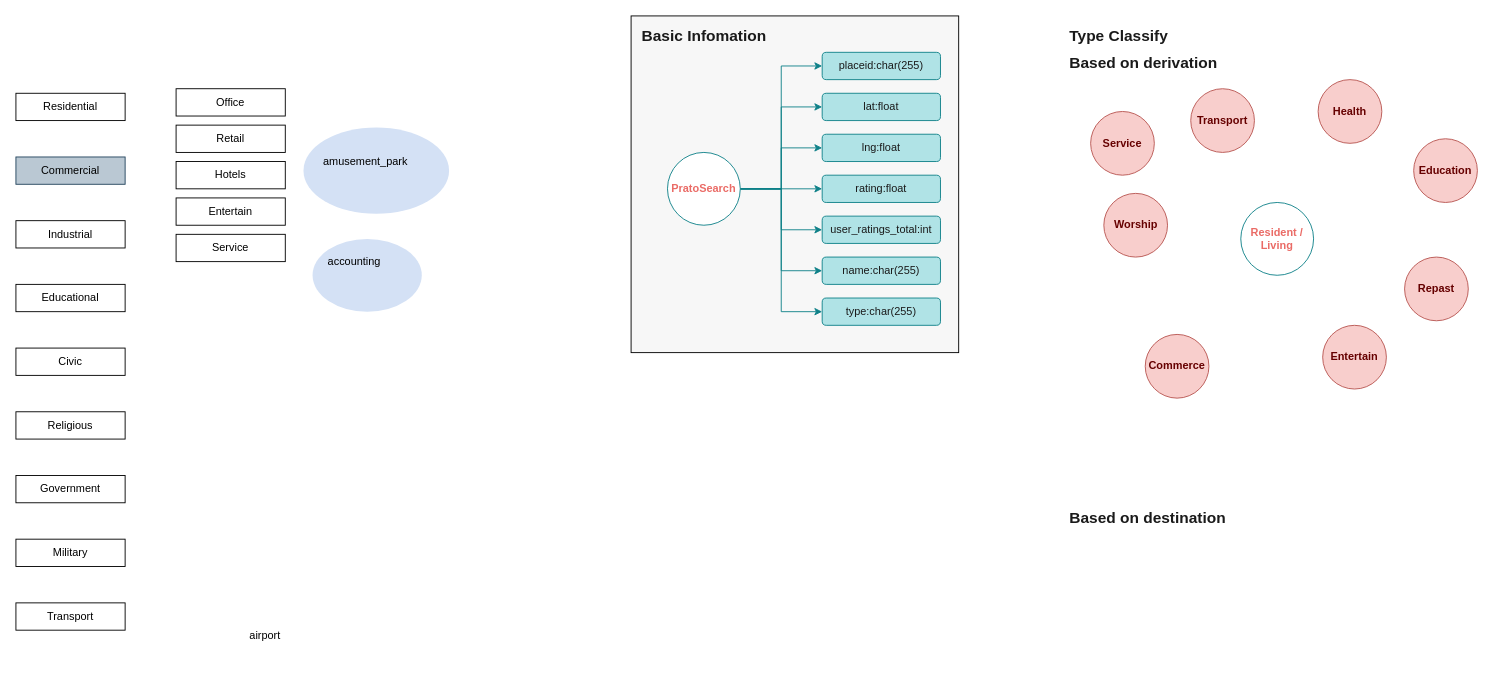
amomorning/osm4arch keeps this draw.io diagram as data/FunctionMap.drawio. Above is the earlier version. Source tidied: cells renumbered, new cells numbered last; positions are measured from the earlier drawing's top-left corner, leaving out a move shared by most shapes. Both pictures are drawn from the tidied source at 91%, with x=0, y=0 at pixel (15, 15).
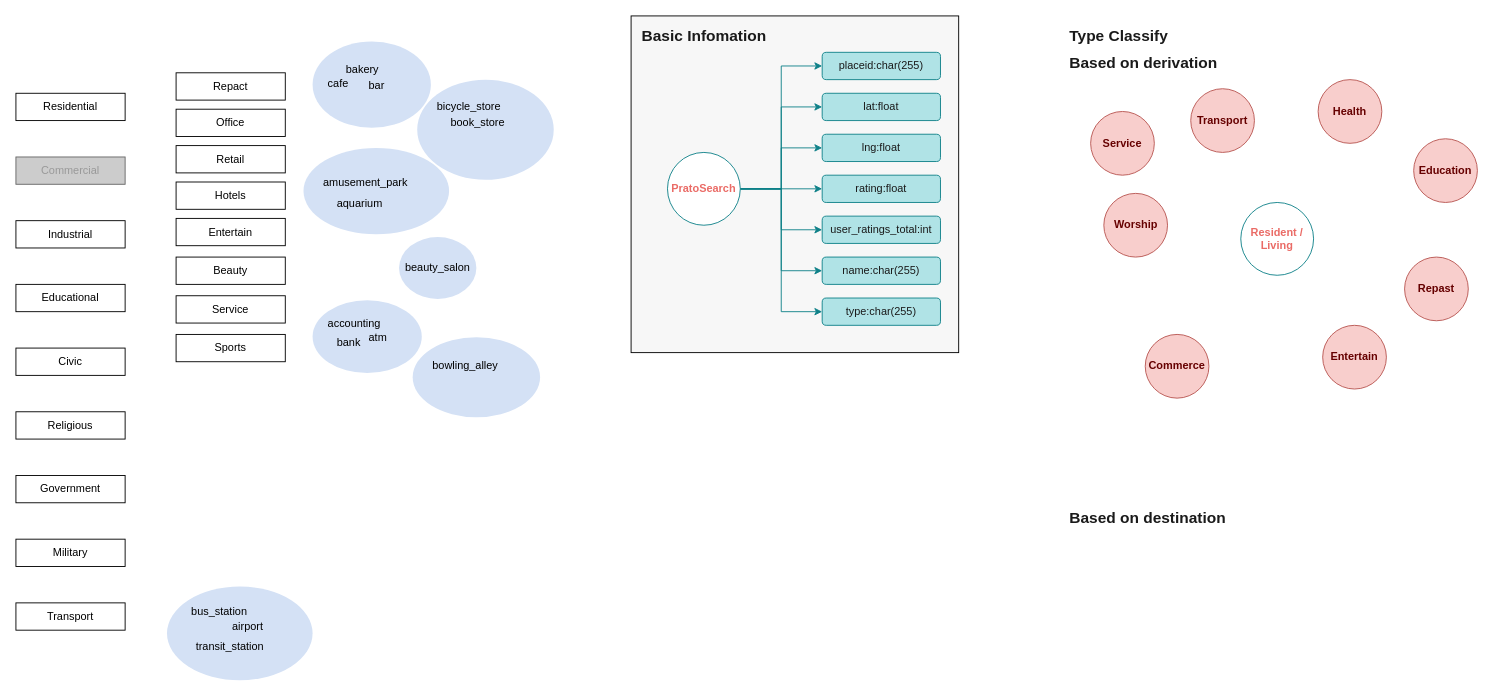
After the change.

What changed in the source:
```diff
@@
+    <mxCell id="50" style="ellipse;whiteSpace=wrap;html=1;fillColor=#D4E1F5;strokeColor=none;" parent="1" vertex="1">
+      <mxGeometry x="166" y="627" width="160" height="103" as="geometry" />
+    </mxCell>
+    <mxCell id="51" style="ellipse;whiteSpace=wrap;html=1;fillColor=#D4E1F5;strokeColor=none;" parent="1" vertex="1">
+      <mxGeometry x="441" y="70" width="150" height="110" as="geometry" />
+    </mxCell>
+    <mxCell id="52" style="ellipse;whiteSpace=wrap;html=1;fillColor=#D4E1F5;strokeColor=none;" parent="1" vertex="1">
+      <mxGeometry x="421" y="243" width="85" height="68" as="geometry" />
+    </mxCell>
+    <mxCell id="53" style="ellipse;whiteSpace=wrap;html=1;fillColor=#D4E1F5;strokeColor=none;" parent="1" vertex="1">
+      <mxGeometry x="326" y="28" width="130" height="95" as="geometry" />
+    </mxCell>
     <mxCell id="2" style="ellipse;whiteSpace=wrap;html=1;fillColor=#D4E1F5;strokeColor=none;" parent="1" vertex="1">
-      <mxGeometry x="326" y="245" width="120" height="80" as="geometry" />
+      <mxGeometry x="326" y="312.5" width="120" height="80" as="geometry" />
     </mxCell>
     <mxCell id="3" style="ellipse;whiteSpace=wrap;html=1;fillColor=#D4E1F5;strokeColor=none;" parent="1" vertex="1">
-      <mxGeometry x="316" y="122.5" width="160" height="95" as="geometry" />
+      <mxGeometry x="316" y="145" width="160" height="95" as="geometry" />
     </mxCell>
@@
-    <mxCell id="34" value="Commercial" style="rounded=0;whiteSpace=wrap;html=1;fillColor=#bac8d3;strokeColor=#23445d;" parent="1" vertex="1">
+    <mxCell id="34" value="Commercial" style="rounded=0;whiteSpace=wrap;html=1;fillColor=#CCCCCC;strokeColor=#666666;fontColor=#999999;" parent="1" vertex="1">
       <mxGeometry y="155" width="120" height="30" as="geometry" />
     </mxCell>
@@
     <mxCell id="42" value="Office" style="rounded=0;whiteSpace=wrap;html=1;" parent="1" vertex="1">
-      <mxGeometry x="176" y="80" width="120" height="30" as="geometry" />
+      <mxGeometry x="176" y="102.5" width="120" height="30" as="geometry" />
     </mxCell>
     <mxCell id="43" value="Retail" style="rounded=0;whiteSpace=wrap;html=1;" parent="1" vertex="1">
-      <mxGeometry x="176" y="120" width="120" height="30" as="geometry" />
+      <mxGeometry x="176" y="142.5" width="120" height="30" as="geometry" />
     </mxCell>
     <mxCell id="44" value="Hotels" style="rounded=0;whiteSpace=wrap;html=1;" parent="1" vertex="1">
-      <mxGeometry x="176" y="160" width="120" height="30" as="geometry" />
+      <mxGeometry x="176" y="182.5" width="120" height="30" as="geometry" />
     </mxCell>
     <mxCell id="45" value="Entertain" style="rounded=0;whiteSpace=wrap;html=1;" parent="1" vertex="1">
-      <mxGeometry x="176" y="200" width="120" height="30" as="geometry" />
+      <mxGeometry x="176" y="222.5" width="120" height="30" as="geometry" />
     </mxCell>
     <mxCell id="46" value="Service" style="rounded=0;whiteSpace=wrap;html=1;" parent="1" vertex="1">
-      <mxGeometry x="176" y="240" width="120" height="30" as="geometry" />
+      <mxGeometry x="176" y="307.5" width="120" height="30" as="geometry" />
     </mxCell>
     <mxCell id="47" value="accounting" style="text;html=1;align=left;verticalAlign=top;spacingTop=-4;" parent="1" vertex="1">
-      <mxGeometry x="341" y="260" width="70" height="20" as="geometry" />
+      <mxGeometry x="341" y="327.5" width="70" height="20" as="geometry" />
     </mxCell>
     <mxCell id="48" value="airport" style="text;html=1;align=left;verticalAlign=top;spacingTop=-4;" parent="1" vertex="1">
-      <mxGeometry x="255" y="671" width="50" height="20" as="geometry" />
+      <mxGeometry x="236" y="661" width="50" height="20" as="geometry" />
     </mxCell>
     <mxCell id="49" value="amusement_park" style="text;html=1;align=left;verticalAlign=top;spacingTop=-4;" parent="1" vertex="1">
-      <mxGeometry x="336" y="150" width="110" height="20" as="geometry" />
+      <mxGeometry x="336" y="172.5" width="110" height="20" as="geometry" />
     </mxCell>
+    <mxCell id="54" value="aquarium" style="text;html=1;" parent="1" vertex="1">
+      <mxGeometry x="351" y="192.5" width="80" height="30" as="geometry" />
+    </mxCell>
+    <mxCell id="55" value="Repact" style="rounded=0;whiteSpace=wrap;html=1;" parent="1" vertex="1">
+      <mxGeometry x="176" y="62.5" width="120" height="30" as="geometry" />
+    </mxCell>
+    <mxCell id="56" value="bank" style="text;html=1;" parent="1" vertex="1">
+      <mxGeometry x="351" y="345" width="50" height="30" as="geometry" />
+    </mxCell>
+    <mxCell id="57" value="bakery" style="text;html=1;" parent="1" vertex="1">
+      <mxGeometry x="361" y="45" width="60" height="30" as="geometry" />
+    </mxCell>
+    <mxCell id="58" value="atm" style="text;html=1;" parent="1" vertex="1">
+      <mxGeometry x="386" y="340" width="50" height="30" as="geometry" />
+    </mxCell>
+    <mxCell id="59" value="bar" style="text;html=1;" parent="1" vertex="1">
+      <mxGeometry x="386" y="62.5" width="40" height="30" as="geometry" />
+    </mxCell>
+    <mxCell id="60" value="Beauty" style="rounded=0;whiteSpace=wrap;html=1;" parent="1" vertex="1">
+      <mxGeometry x="176" y="265" width="120" height="30" as="geometry" />
+    </mxCell>
+    <mxCell id="61" value="beauty_salon" style="text;html=1;align=left;verticalAlign=top;spacingTop=-4;fontColor=#000000;" parent="1" vertex="1">
+      <mxGeometry x="426" y="267" width="90" height="20" as="geometry" />
+    </mxCell>
+    <mxCell id="62" value="bicycle_store" style="text;html=1;align=left;verticalAlign=top;spacingTop=-4;fontColor=#000000;" parent="1" vertex="1">
+      <mxGeometry x="461" y="90" width="90" height="20" as="geometry" />
+    </mxCell>
+    <mxCell id="63" value="Sports" style="rounded=0;whiteSpace=wrap;html=1;" parent="1" vertex="1">
+      <mxGeometry x="176" y="350" width="120" height="30" as="geometry" />
+    </mxCell>
+    <mxCell id="64" style="ellipse;whiteSpace=wrap;html=1;fillColor=#D4E1F5;strokeColor=none;" parent="1" vertex="1">
+      <mxGeometry x="436" y="353" width="140" height="88" as="geometry" />
+    </mxCell>
+    <mxCell id="65" value="bowling_alley" style="text;html=1;fontColor=#000000;" parent="1" vertex="1">
+      <mxGeometry x="456" y="370" width="100" height="30" as="geometry" />
+    </mxCell>
+    <mxCell id="66" value="book_store" style="text;html=1;fontColor=#000000;" parent="1" vertex="1">
+      <mxGeometry x="476" y="102.5" width="80" height="30" as="geometry" />
+    </mxCell>
+    <mxCell id="67" value="bus_station" style="text;html=1;fontColor=#000000;" parent="1" vertex="1">
+      <mxGeometry x="191" y="641" width="90" height="30" as="geometry" />
+    </mxCell>
+    <mxCell id="68" value="cafe" style="text;html=1;fontColor=#000000;" parent="1" vertex="1">
+      <mxGeometry x="341" y="60.5" width="50" height="30" as="geometry" />
+    </mxCell>
+    <mxCell id="69" value="transit_station" style="text;html=1;fontColor=#000000;" parent="1" vertex="1">
+      <mxGeometry x="196" y="678.5" width="100" height="30" as="geometry" />
+    </mxCell>
```
